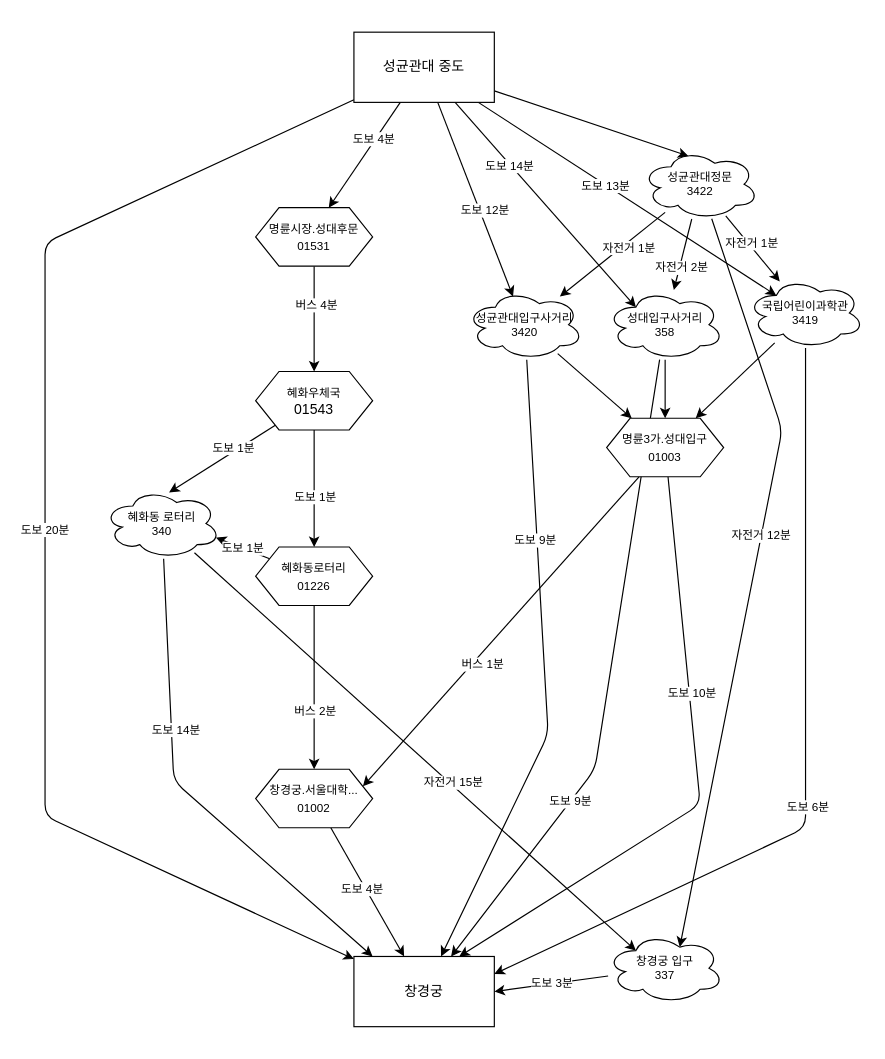
Earlier version of the draw.io diagram skku-to-changgyeonggung.drawio (dannaward/seoulbike-navigation). Source tidied: cells renumbered, new cells numbered last; positions are measured from the earlier drawing's top-left corner, leaving out a move shared by most shapes. Both pictures are drawn from the tidied source at 117%, with x=0, y=0 at pixel (44, 32).
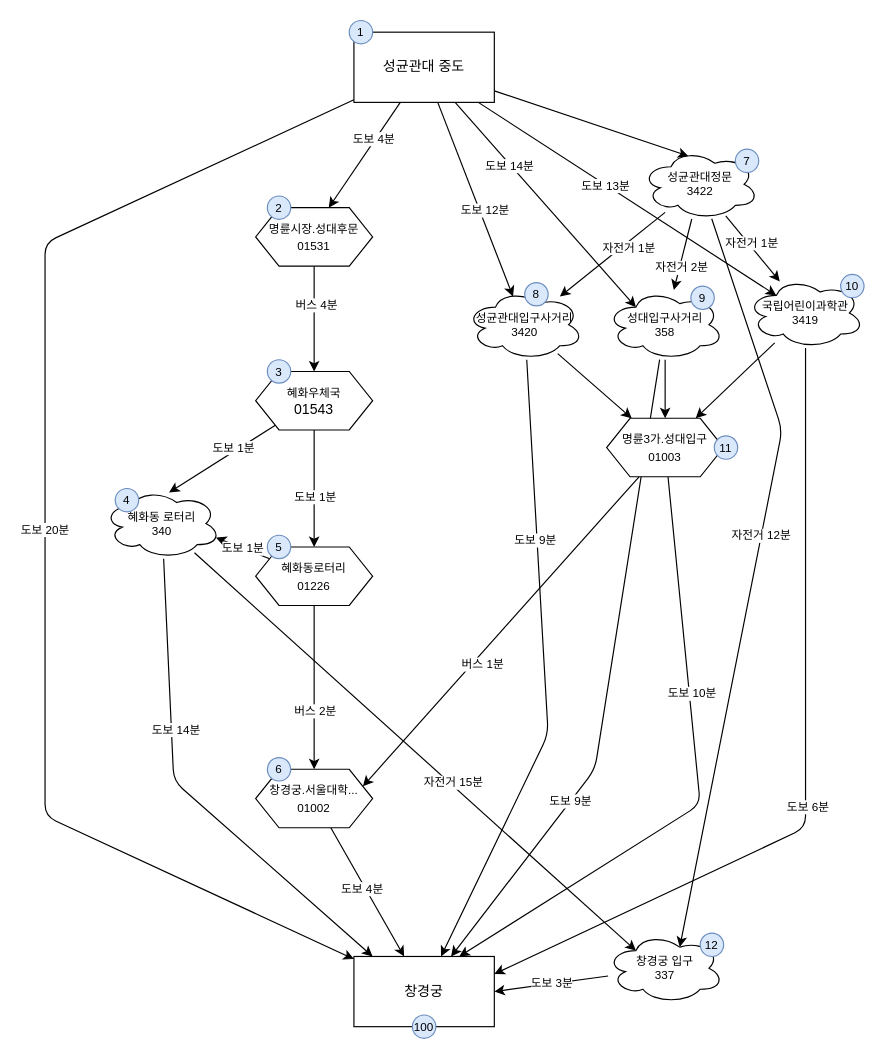
Above is the later version.

Commit message:
넘버링 추가

The edit, as a diff of the source:
```diff
@@
+    <mxCell id="62" value="1" style="ellipse;whiteSpace=wrap;html=1;fontSize=10;fillColor=#dae8fc;strokeColor=#6c8ebf;" parent="1" vertex="1">
+      <mxGeometry x="260" y="-10" width="20" height="20" as="geometry" />
+    </mxCell>
+    <mxCell id="63" value="2" style="ellipse;whiteSpace=wrap;html=1;fontSize=10;fillColor=#dae8fc;strokeColor=#6c8ebf;" parent="1" vertex="1">
+      <mxGeometry x="190" y="140" width="20" height="20" as="geometry" />
+    </mxCell>
+    <mxCell id="64" value="3" style="ellipse;whiteSpace=wrap;html=1;fontSize=10;fillColor=#dae8fc;strokeColor=#6c8ebf;" parent="1" vertex="1">
+      <mxGeometry x="190" y="280" width="20" height="20" as="geometry" />
+    </mxCell>
+    <mxCell id="65" value="4" style="ellipse;whiteSpace=wrap;html=1;fontSize=10;fillColor=#dae8fc;strokeColor=#6c8ebf;" parent="1" vertex="1">
+      <mxGeometry x="60" y="390" width="20" height="20" as="geometry" />
+    </mxCell>
+    <mxCell id="66" value="5" style="ellipse;whiteSpace=wrap;html=1;fontSize=10;fillColor=#dae8fc;strokeColor=#6c8ebf;" parent="1" vertex="1">
+      <mxGeometry x="190" y="430" width="20" height="20" as="geometry" />
+    </mxCell>
+    <mxCell id="67" value="6" style="ellipse;whiteSpace=wrap;html=1;fontSize=10;fillColor=#dae8fc;strokeColor=#6c8ebf;" parent="1" vertex="1">
+      <mxGeometry x="190" y="620" width="20" height="20" as="geometry" />
+    </mxCell>
+    <mxCell id="68" value="7" style="ellipse;whiteSpace=wrap;html=1;fontSize=10;fillColor=#dae8fc;strokeColor=#6c8ebf;" parent="1" vertex="1">
+      <mxGeometry x="590" y="100" width="20" height="20" as="geometry" />
+    </mxCell>
+    <mxCell id="69" value="8" style="ellipse;whiteSpace=wrap;html=1;fontSize=10;fillColor=#dae8fc;strokeColor=#6c8ebf;" parent="1" vertex="1">
+      <mxGeometry x="410" y="214" width="20" height="20" as="geometry" />
+    </mxCell>
+    <mxCell id="70" value="9" style="ellipse;whiteSpace=wrap;html=1;fontSize=10;fillColor=#dae8fc;strokeColor=#6c8ebf;" parent="1" vertex="1">
+      <mxGeometry x="552" y="217" width="20" height="20" as="geometry" />
+    </mxCell>
+    <mxCell id="71" value="10" style="ellipse;whiteSpace=wrap;html=1;fontSize=10;fillColor=#dae8fc;strokeColor=#6c8ebf;" parent="1" vertex="1">
+      <mxGeometry x="680" y="207" width="20" height="20" as="geometry" />
+    </mxCell>
+    <mxCell id="72" value="11" style="ellipse;whiteSpace=wrap;html=1;fontSize=10;fillColor=#dae8fc;strokeColor=#6c8ebf;" parent="1" vertex="1">
+      <mxGeometry x="572" y="345" width="20" height="20" as="geometry" />
+    </mxCell>
+    <mxCell id="73" value="12" style="ellipse;whiteSpace=wrap;html=1;fontSize=10;fillColor=#dae8fc;strokeColor=#6c8ebf;" parent="1" vertex="1">
+      <mxGeometry x="560" y="770" width="20" height="20" as="geometry" />
+    </mxCell>
+    <mxCell id="74" value="100" style="ellipse;whiteSpace=wrap;html=1;fontSize=10;fillColor=#dae8fc;strokeColor=#6c8ebf;" parent="1" vertex="1">
+      <mxGeometry x="314" y="840" width="20" height="20" as="geometry" />
+    </mxCell>
```
